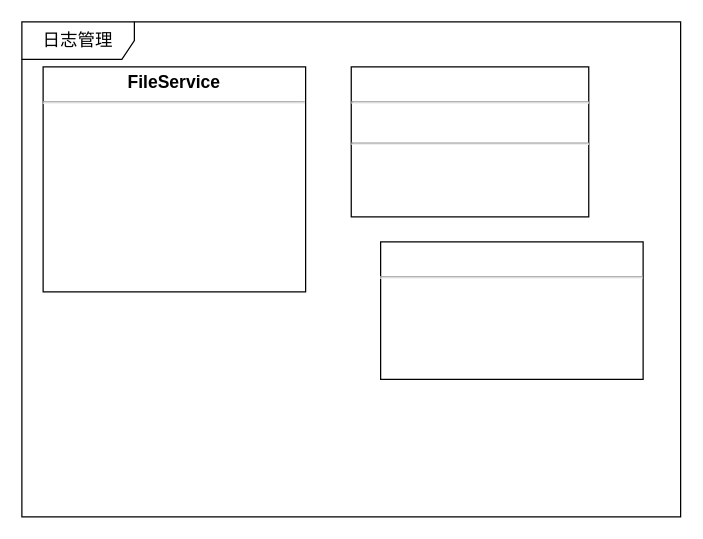
Earlier version of the draw.io diagram IOTManage/class-log.drawio (waterwatermelon/graph). Source tidied: cells renumbered, new cells numbered last; positions are measured from the earlier drawing's top-left corner, leaving out a move shared by most shapes. Both pictures are drawn from the tidied source at 125%, with x=0, y=0 at pixel (21, 21).
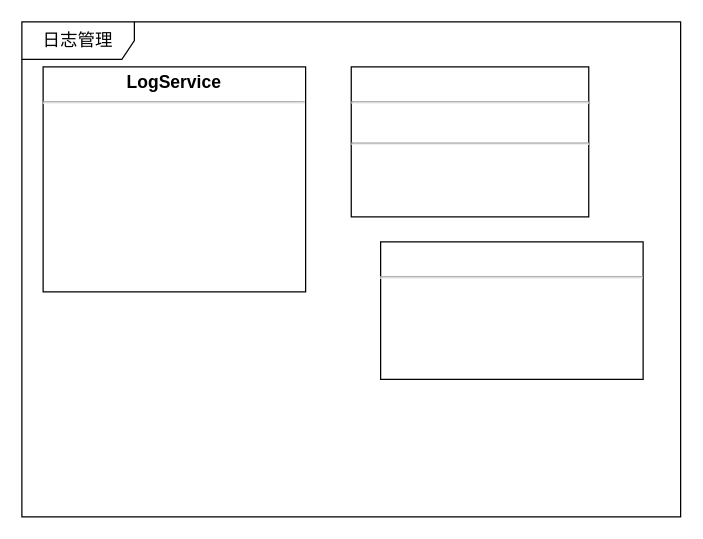
Above is the later version.

Change to the diagram source:
```diff
@@
 <mxGraphModel>
   <root>
     <mxCell id="0" />
     <mxCell id="1" parent="0" />
     <mxCell id="2" value="日志管理" style="shape=umlFrame;whiteSpace=wrap;html=1;rounded=0;shadow=0;comic=0;labelBackgroundColor=none;strokeColor=#000000;strokeWidth=1;fillColor=#ffffff;fontFamily=Verdana;fontSize=14;fontColor=#000000;align=center;width=90;height=30;" parent="1" vertex="1">
       <mxGeometry width="527" height="396" as="geometry" />
     </mxCell>
-    <mxCell id="3" value="&lt;p style=&quot;margin: 4px 0px 0px ; text-align: center ; font-size: 14px&quot;&gt;&lt;b&gt;FileService&lt;/b&gt;&lt;/p&gt;&lt;hr style=&quot;font-size: 14px&quot;&gt;&lt;p style=&quot;margin: 0px 0px 0px 4px ; font-size: 14px&quot;&gt;&lt;br&gt;&lt;/p&gt;" style="verticalAlign=top;align=left;overflow=fill;fontSize=14;fontFamily=Helvetica;html=1;" parent="1" vertex="1">
+    <mxCell id="3" value="&lt;p style=&quot;margin: 4px 0px 0px ; text-align: center ; font-size: 14px&quot;&gt;&lt;b&gt;LogService&lt;/b&gt;&lt;/p&gt;&lt;hr style=&quot;font-size: 14px&quot;&gt;&lt;p style=&quot;margin: 0px 0px 0px 4px ; font-size: 14px&quot;&gt;&lt;br&gt;&lt;/p&gt;" style="verticalAlign=top;align=left;overflow=fill;fontSize=14;fontFamily=Helvetica;html=1;" parent="1" vertex="1">
       <mxGeometry x="17" y="36" width="210" height="180" as="geometry" />
     </mxCell>
     <mxCell id="4" value="&lt;p style=&quot;margin: 4px 0px 0px ; text-align: center ; font-size: 14px&quot;&gt;&lt;br&gt;&lt;/p&gt;&lt;hr style=&quot;font-size: 14px&quot;&gt;&lt;p style=&quot;margin: 0px 0px 0px 4px ; font-size: 14px&quot;&gt;&lt;br&gt;&lt;/p&gt;" style="verticalAlign=top;align=left;overflow=fill;fontSize=14;fontFamily=Helvetica;html=1;" parent="1" vertex="1">
       <mxGeometry x="287" y="176" width="210" height="110" as="geometry" />
     </mxCell>
     <mxCell id="5" value="&lt;p style=&quot;margin: 4px 0px 0px ; text-align: center ; font-size: 14px&quot;&gt;&lt;br&gt;&lt;/p&gt;&lt;hr style=&quot;font-size: 14px&quot;&gt;&lt;p style=&quot;margin: 0px 0px 0px 4px ; font-size: 14px&quot;&gt;&lt;br&gt;&lt;/p&gt;&lt;hr style=&quot;font-size: 14px&quot;&gt;&lt;p style=&quot;margin: 0px 0px 0px 4px ; font-size: 14px&quot;&gt;&lt;br&gt;&lt;/p&gt;" style="verticalAlign=top;align=left;overflow=fill;fontSize=14;fontFamily=Helvetica;html=1;" parent="1" vertex="1">
       <mxGeometry x="263.5" y="36" width="190" height="120" as="geometry" />
     </mxCell>
   </root>
 </mxGraphModel>
```
